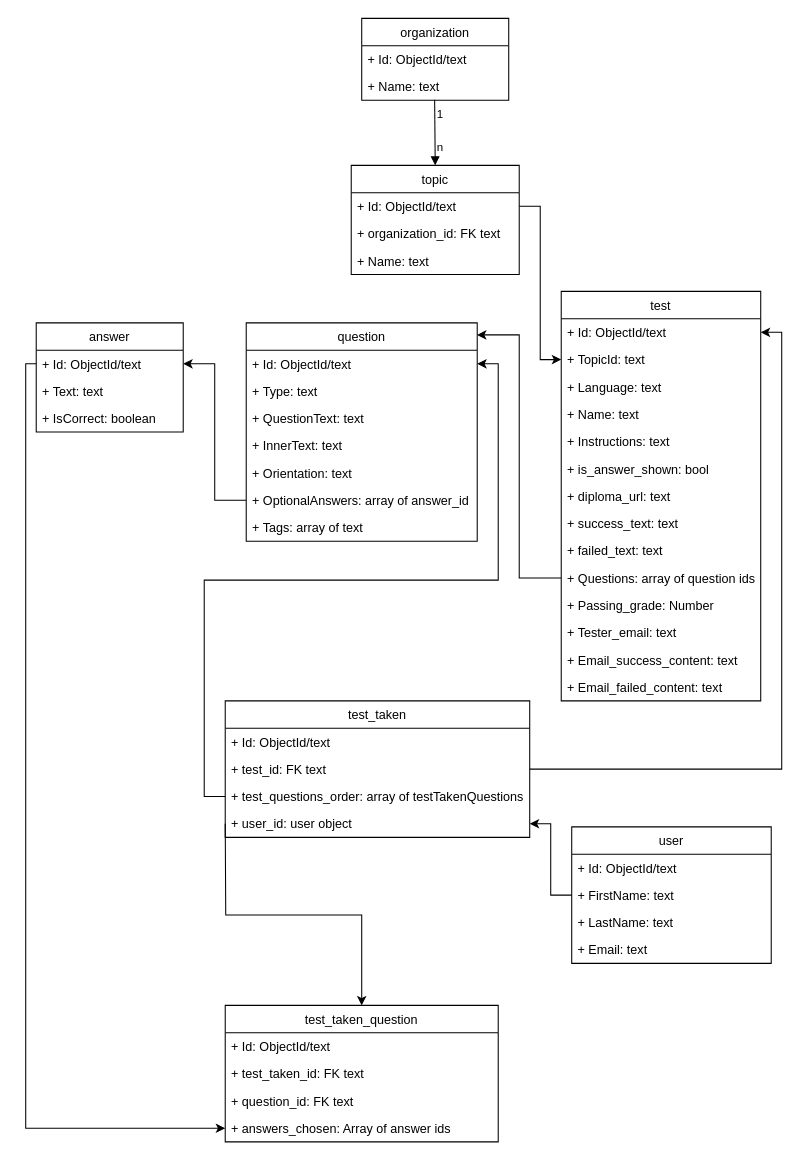
Above: ModelsUML.drawio in OfekShaked/TestingWebsite (draw.io), before the change. Source tidied: cells renumbered, new cells numbered last; positions are measured from the earlier drawing's top-left corner, leaving out a move shared by most shapes. Both pictures are drawn from the tidied source at 105%, with x=0, y=0 at pixel (25, 18).
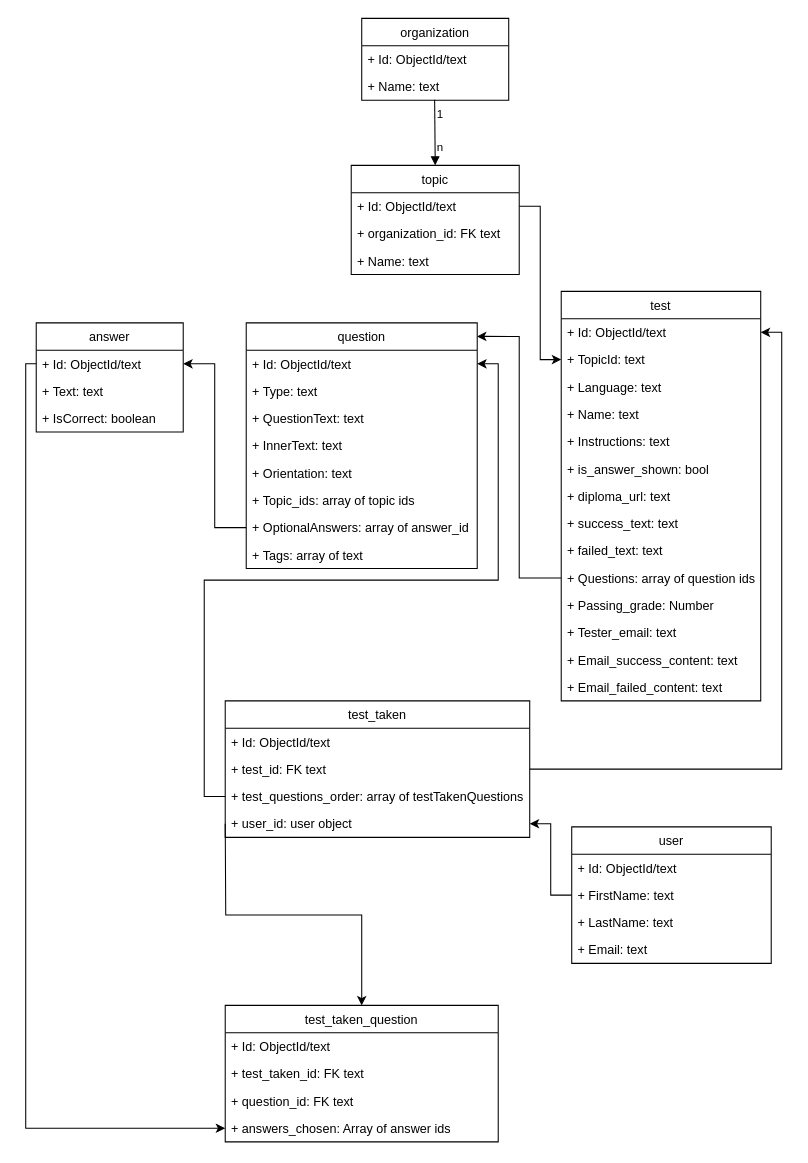
The same page after the edit.

What changed in the source:
```diff
@@
     <mxCell id="27" value="question" style="swimlane;fontStyle=0;horizontal=1;startSize=26;fillColor=none;" parent="1" vertex="1">
-      <mxGeometry x="210" y="290" width="220" height="208" as="geometry" />
+      <mxGeometry x="210" y="290" width="220" height="234" as="geometry" />
     </mxCell>
@@
+    <mxCell id="62" value="+ Topic_ids: array of topic ids" style="text;strokeColor=none;fillColor=none;align=left;verticalAlign=top;spacingLeft=4;spacingRight=4;overflow=hidden;" parent="27" vertex="1">
+      <mxGeometry y="156" width="220" height="26" as="geometry" />
+    </mxCell>
     <mxCell id="33" value="+ OptionalAnswers: array of answer_id" style="text;strokeColor=none;fillColor=none;align=left;verticalAlign=top;spacingLeft=4;spacingRight=4;overflow=hidden;points=[[0,0.5],[1,0.5]];portConstraint=eastwest;" parent="27" vertex="1">
-      <mxGeometry y="156" width="220" height="26" as="geometry" />
+      <mxGeometry y="182" width="220" height="26" as="geometry" />
     </mxCell>
     <mxCell id="34" value="+ Tags: array of text" style="text;strokeColor=none;fillColor=none;align=left;verticalAlign=top;spacingLeft=4;spacingRight=4;overflow=hidden;" parent="27" vertex="1">
-      <mxGeometry y="182" width="220" height="26" as="geometry" />
+      <mxGeometry y="208" width="220" height="26" as="geometry" />
     </mxCell>
```
